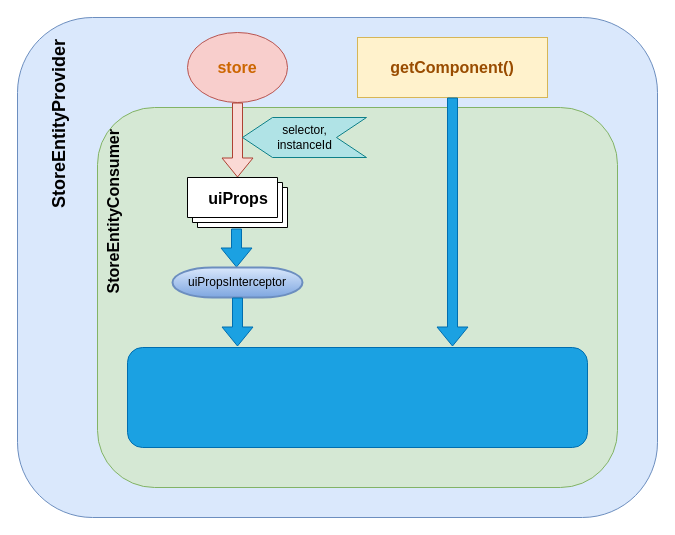
windsonic/files keeps this draw.io diagram as UnifiedSettings.drawio. Above is the earlier version. Source tidied: cells renumbered, new cells numbered last; positions are measured from the earlier drawing's top-left corner, leaving out a move shared by most shapes. Both pictures are drawn from the tidied source at 100%, with x=0, y=0 at pixel (17, 17).
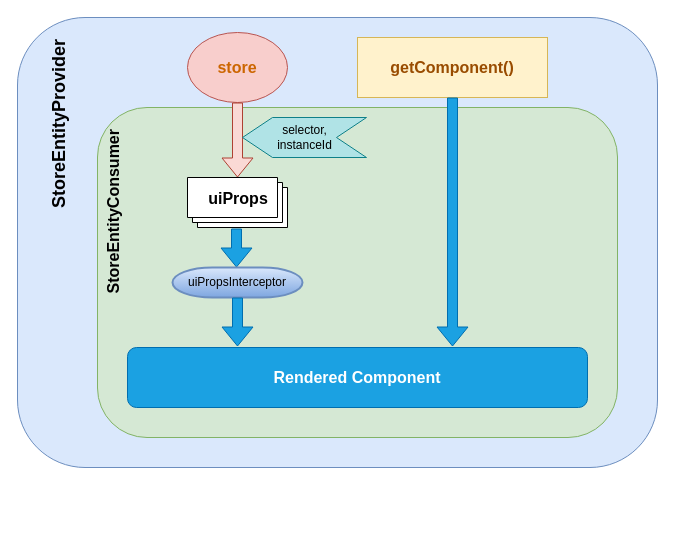
The same diagram, later.

Change to the diagram source:
```diff
@@
 <mxGraphModel>
   <root>
     <mxCell id="0" />
     <mxCell id="1" parent="0" />
     <mxCell id="2" value="&lt;div&gt;&lt;h2&gt;StoreEntityProvider&lt;/h2&gt;&lt;/div&gt;" style="rounded=1;whiteSpace=wrap;html=1;fillOpacity=100;fillColor=#dae8fc;align=right;spacingLeft=20;direction=west;horizontal=0;verticalAlign=top;strokeOpacity=100;spacingTop=10;strokeColor=#6c8ebf;spacingRight=20;" parent="1" vertex="1">
-      <mxGeometry width="640" height="500" as="geometry" />
+      <mxGeometry width="640" height="450" as="geometry" />
     </mxCell>
     <mxCell id="3" value="&lt;font size=&quot;1&quot; color=&quot;#CC6600&quot;&gt;&lt;b style=&quot;font-size: 16px&quot;&gt;store&lt;/b&gt;&lt;/font&gt;" style="ellipse;whiteSpace=wrap;html=1;fillColor=#f8cecc;align=center;strokeColor=#b85450;" parent="1" vertex="1">
       <mxGeometry x="170" y="15" width="100" height="70" as="geometry" />
     </mxCell>
     <mxCell id="4" value="&lt;font style=&quot;font-size: 16px&quot;&gt;&lt;b&gt;getComponent()&lt;/b&gt;&lt;/font&gt;" style="rounded=0;whiteSpace=wrap;html=1;align=center;fillColor=#fff2cc;strokeColor=#d6b656;fontColor=#994C00;" parent="1" vertex="1">
       <mxGeometry x="340" y="20" width="190" height="60" as="geometry" />
     </mxCell>
     <mxCell id="5" value="&lt;font style=&quot;font-size: 16px&quot;&gt;&lt;b&gt;StoreEntityConsumer&lt;/b&gt;&lt;/font&gt;" style="rounded=1;whiteSpace=wrap;html=1;fillColor=#d5e8d4;align=right;horizontal=0;verticalAlign=top;spacingRight=20;strokeColor=#82b366;" parent="1" vertex="1">
-      <mxGeometry x="80" y="90" width="520" height="380" as="geometry" />
+      <mxGeometry x="80" y="90" width="520" height="330" as="geometry" />
     </mxCell>
-    <mxCell id="6" style="rounded=1;whiteSpace=wrap;html=1;fillColor=#1ba1e2;fontColor=#ffffff;align=right;strokeColor=#006EAF;" parent="1" vertex="1">
-      <mxGeometry x="110" y="330" width="460" height="100" as="geometry" />
+    <mxCell id="6" value="&lt;font style=&quot;font-size: 16px&quot;&gt;&lt;b&gt;Rendered Component&lt;/b&gt;&lt;/font&gt;" style="rounded=1;whiteSpace=wrap;html=1;fillColor=#1ba1e2;fontColor=#ffffff;align=center;strokeColor=#006EAF;" parent="1" vertex="1">
+      <mxGeometry x="110" y="330" width="460" height="60" as="geometry" />
     </mxCell>
     <mxCell id="7" style="shape=flexArrow;endArrow=classic;html=1;fontColor=#000000;exitX=0.5;exitY=1;exitDx=0;exitDy=0;fillColor=#1ba1e2;strokeColor=#006EAF;" parent="1" edge="1" source="4">
       <mxGeometry relative="1" as="geometry">
         <mxPoint x="435" y="329" as="targetPoint" />
       </mxGeometry>
     </mxCell>
     <mxCell id="8" value="&lt;div&gt;&lt;br&gt;&lt;/div&gt;" style="verticalLabelPosition=bottom;verticalAlign=middle;html=1;shape=mxgraph.basic.layered_rect;dx=10;outlineConnect=0;fillColor=#ffffff;fontColor=#000000;align=right;" parent="1" vertex="1">
       <mxGeometry x="170" y="160" width="100" height="50" as="geometry" />
     </mxCell>
     <mxCell id="9" style="shape=flexArrow;endArrow=classic;html=1;fontColor=#000000;exitX=0.5;exitY=1;exitDx=0;exitDy=0;fillColor=#fad9d5;strokeColor=#ae4132;" parent="1" edge="1" source="3" target="8">
       <mxGeometry relative="1" as="geometry" />
     </mxCell>
     <mxCell id="10" value="&lt;div&gt;selector,&lt;/div&gt;&lt;div&gt;instanceId&lt;br&gt;&lt;/div&gt;" style="html=1;shadow=0;dashed=0;align=center;verticalAlign=middle;shape=mxgraph.arrows2.arrow;dy=0;dx=30;notch=30;fillColor=#b0e3e6;direction=west;strokeColor=#0e8088;" parent="1" vertex="1">
       <mxGeometry x="225" y="100" width="124" height="40" as="geometry" />
     </mxCell>
     <mxCell id="11" value="&lt;font style=&quot;font-size: 16px&quot;&gt;&lt;b&gt;uiProps&lt;/b&gt;&lt;/font&gt;" style="rounded=0;whiteSpace=wrap;html=1;fontColor=#000000;align=center;fillColor=none;strokeColor=none;" parent="1" vertex="1">
       <mxGeometry x="171" y="151" width="100" height="60" as="geometry" />
     </mxCell>
     <mxCell id="12" style="shape=flexArrow;endArrow=classic;html=1;fontColor=#000000;fillColor=#1ba1e2;strokeColor=#006EAF;" parent="1" edge="1">
       <mxGeometry relative="1" as="geometry">
         <mxPoint x="219" y="211" as="sourcePoint" />
         <mxPoint x="219" y="250" as="targetPoint" />
       </mxGeometry>
     </mxCell>
     <mxCell id="13" value="&lt;font style=&quot;font-size: 12px&quot;&gt;uiPropsInterceptor&lt;/font&gt;" style="strokeWidth=2;html=1;shape=mxgraph.flowchart.terminator;whiteSpace=wrap;fillColor=#dae8fc;align=center;gradientColor=#7ea6e0;strokeColor=#6c8ebf;" parent="1" vertex="1">
       <mxGeometry x="155" y="250" width="130" height="30" as="geometry" />
     </mxCell>
     <mxCell id="14" style="shape=flexArrow;endArrow=classic;html=1;fontColor=#000000;fillColor=#1ba1e2;strokeColor=#006EAF;" parent="1" edge="1">
       <mxGeometry relative="1" as="geometry">
         <mxPoint x="220" y="280" as="sourcePoint" />
         <mxPoint x="220" y="329" as="targetPoint" />
       </mxGeometry>
     </mxCell>
   </root>
 </mxGraphModel>
```
